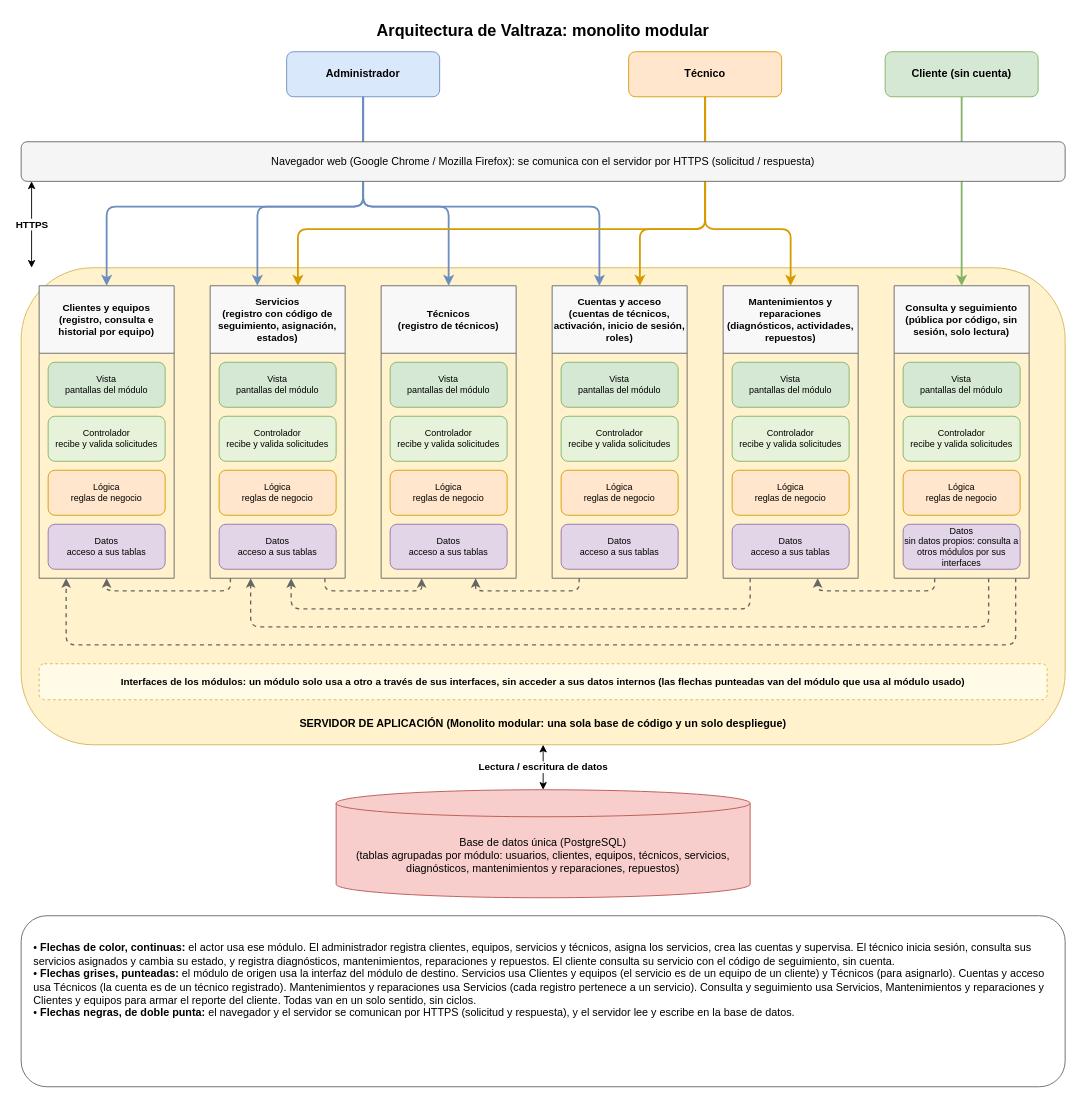
Above: documentacion/diseno/TALLER 1 ARQUITECTURA DE SISTEMA/01_Arquitectura_de_Sistema.drawio in meneses1111/Valtraza-Valletech (draw.io), before the change. Source tidied: cells renumbered, new cells numbered last; positions are measured from the earlier drawing's top-left corner, leaving out a move shared by most shapes. Both pictures are drawn from the tidied source at 90%, with x=0, y=0 at pixel (21, 15).
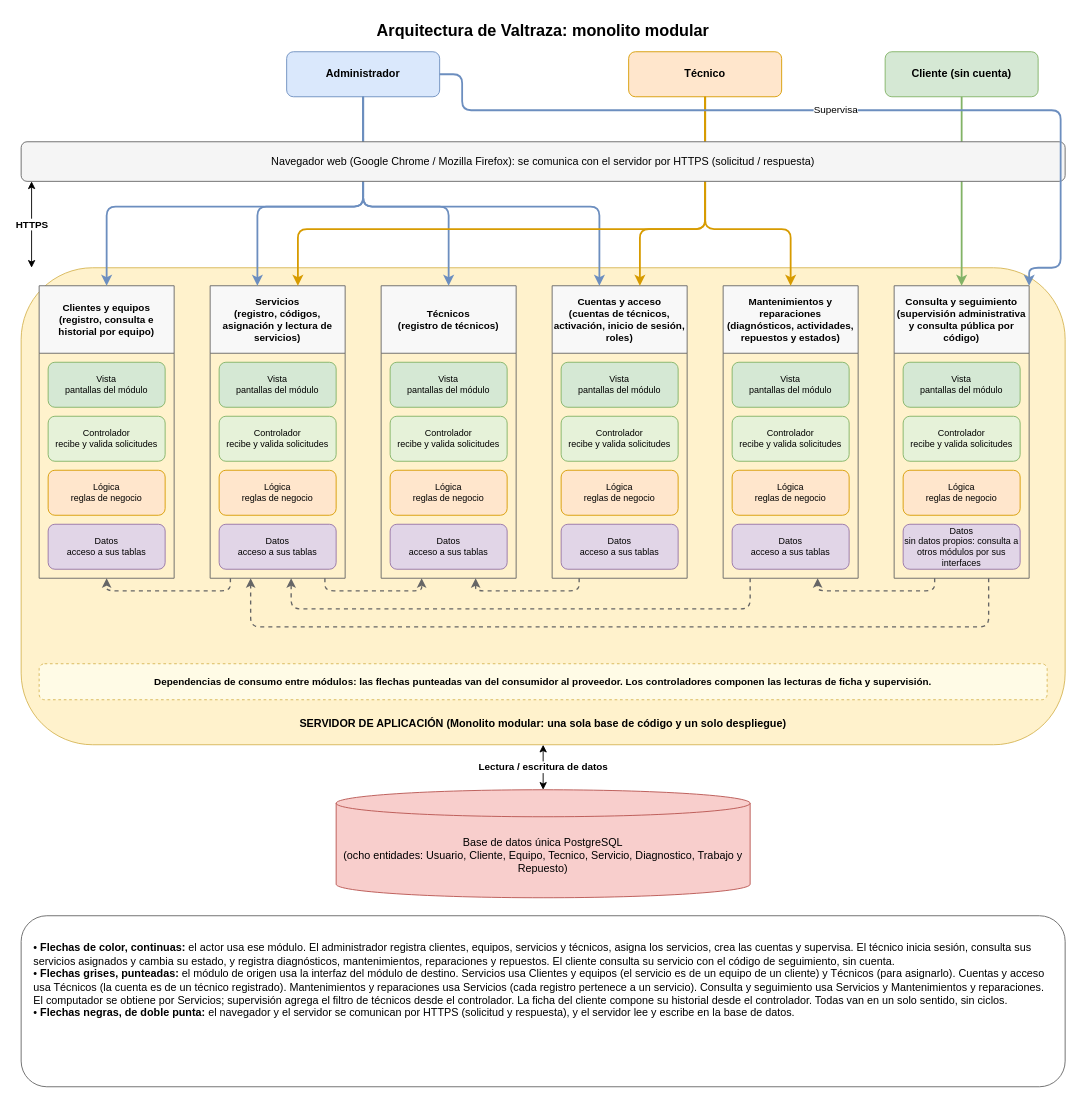
The same diagram, later.

Commit message (it also covers changes not shown here):
Ajusto los diagramas de diseño a la implementación

The change refers to these unchanged cells:
```xml
<mxCell id="3" value="Administrador" style="rounded=1;whiteSpace=wrap;fillColor=#dae8fc;strokeColor=#6c8ebf;fontStyle=1;" parent="1" vertex="1">
  <mxGeometry x="295" y="40" width="170" height="50" as="geometry" />
</mxCell>
<mxCell id="8" value="Clientes y equipos&#10;(registro, consulta e historial por equipo)" style="swimlane;whiteSpace=wrap;startSize=75;fontSize=11;fillColor=#f8f8f8;strokeColor=#666666;fontStyle=1;" parent="1" vertex="1">
  <mxGeometry x="20" y="300" width="150" height="325" as="geometry" />
</mxCell>
```

Change to the diagram source:
```diff
@@
-    <mxCell id="13" value="Servicios&#10;(registro con código de seguimiento, asignación, estados)" style="swimlane;whiteSpace=wrap;startSize=75;fontSize=11;fillColor=#f8f8f8;strokeColor=#666666;fontStyle=1;" parent="1" vertex="1">
+    <mxCell id="13" value="Servicios&#10;(registro, códigos, asignación y lectura de servicios)" style="swimlane;whiteSpace=wrap;startSize=75;fontSize=11;fillColor=#f8f8f8;strokeColor=#666666;fontStyle=1;" parent="1" vertex="1">
       <mxGeometry x="210" y="300" width="150" height="325" as="geometry" />
     </mxCell>
@@
-    <mxCell id="28" value="Mantenimientos y reparaciones&#10;(diagnósticos, actividades, repuestos)" style="swimlane;whiteSpace=wrap;startSize=75;fontSize=11;fillColor=#f8f8f8;strokeColor=#666666;fontStyle=1;" parent="1" vertex="1">
+    <mxCell id="28" value="Mantenimientos y reparaciones&#10;(diagnósticos, actividades, repuestos y estados)" style="swimlane;whiteSpace=wrap;startSize=75;fontSize=11;fillColor=#f8f8f8;strokeColor=#666666;fontStyle=1;" parent="1" vertex="1">
       <mxGeometry x="780" y="300" width="150" height="325" as="geometry" />
     </mxCell>
@@
-    <mxCell id="33" value="Consulta y seguimiento&#10;(pública por código, sin sesión, solo lectura)" style="swimlane;whiteSpace=wrap;startSize=75;fontSize=11;fillColor=#f8f8f8;strokeColor=#666666;fontStyle=1;" parent="1" vertex="1">
+    <mxCell id="33" value="Consulta y seguimiento&#10;(supervisión administrativa y consulta pública por código)" style="swimlane;whiteSpace=wrap;startSize=75;fontSize=11;fillColor=#f8f8f8;strokeColor=#666666;fontStyle=1;" parent="1" vertex="1">
       <mxGeometry x="970" y="300" width="150" height="325" as="geometry" />
     </mxCell>
@@
-    <mxCell id="38" value="Interfaces de los módulos: un módulo solo usa a otro a través de sus interfaces, sin acceder a sus datos internos (las flechas punteadas van del módulo que usa al módulo usado)" style="rounded=1;whiteSpace=wrap;dashed=1;fontSize=11;fillColor=#fffbe6;strokeColor=#d6b656;fontStyle=1;" parent="1" vertex="1">
+    <mxCell id="38" value="Dependencias de consumo entre módulos: las flechas punteadas van del consumidor al proveedor. Los controladores componen las lecturas de ficha y supervisión." style="rounded=1;whiteSpace=wrap;dashed=1;fontSize=11;fillColor=#fffbe6;strokeColor=#d6b656;fontStyle=1;" parent="1" vertex="1">
       <mxGeometry x="20" y="720" width="1120" height="40" as="geometry" />
     </mxCell>
-    <mxCell id="39" value="Base de datos única (PostgreSQL)&#10;(tablas agrupadas por módulo: usuarios, clientes, equipos, técnicos, servicios, diagnósticos, mantenimientos y reparaciones, repuestos)" style="shape=cylinder3;whiteSpace=wrap;boundedLbl=1;backgroundOutline=1;size=15;fillColor=#f8cecc;strokeColor=#b85450;" parent="1" vertex="1">
+    <mxCell id="39" value="Base de datos única PostgreSQL&#10;(ocho entidades: Usuario, Cliente, Equipo, Tecnico, Servicio, Diagnostico, Trabajo y Repuesto)" style="shape=cylinder3;whiteSpace=wrap;boundedLbl=1;backgroundOutline=1;size=15;fillColor=#f8cecc;strokeColor=#b85450;" parent="1" vertex="1">
       <mxGeometry x="350" y="860" width="460" height="120" as="geometry" />
     </mxCell>
-    <mxCell id="40" value="&lt;br&gt;• &lt;b&gt;Flechas de color, continuas:&lt;/b&gt; el actor usa ese módulo. El administrador registra clientes, equipos, servicios y técnicos, asigna los servicios, crea las cuentas y supervisa. El técnico inicia sesión, consulta sus servicios asignados y cambia su estado, y registra diagnósticos, mantenimientos, reparaciones y repuestos. El cliente consulta su servicio con el código de seguimiento, sin cuenta.&lt;br&gt;• &lt;b&gt;Flechas grises, punteadas:&lt;/b&gt; el módulo de origen usa la interfaz del módulo de destino. Servicios usa Clientes y equipos (el servicio es de un equipo de un cliente) y Técnicos (para asignarlo). Cuentas y acceso usa Técnicos (la cuenta es de un técnico registrado). Mantenimientos y reparaciones usa Servicios (cada registro pertenece a un servicio). Consulta y seguimiento usa Servicios, Mantenimientos y reparaciones y Clientes y equipos para armar el reporte del cliente. Todas van en un solo sentido, sin ciclos.&lt;br&gt;• &lt;b&gt;Flechas negras, de doble punta:&lt;/b&gt; el navegador y el servidor se comunican por HTTPS (solicitud y respuesta), y el servidor lee y escribe en la base de datos." style="rounded=1;whiteSpace=wrap;html=1;align=left;verticalAlign=top;spacingLeft=12;spacingTop=8;spacingRight=12;fontSize=12;fillColor=#ffffff;strokeColor=#666666;" parent="1" vertex="1">
+    <mxCell id="40" value="&lt;br&gt;• &lt;b&gt;Flechas de color, continuas:&lt;/b&gt; el actor usa ese módulo. El administrador registra clientes, equipos, servicios y técnicos, asigna los servicios, crea las cuentas y supervisa. El técnico inicia sesión, consulta sus servicios asignados y cambia su estado, y registra diagnósticos, mantenimientos, reparaciones y repuestos. El cliente consulta su servicio con el código de seguimiento, sin cuenta.&lt;br&gt;• &lt;b&gt;Flechas grises, punteadas:&lt;/b&gt; el módulo de origen usa la interfaz del módulo de destino. Servicios usa Clientes y equipos (el servicio es de un equipo de un cliente) y Técnicos (para asignarlo). Cuentas y acceso usa Técnicos (la cuenta es de un técnico registrado). Mantenimientos y reparaciones usa Servicios (cada registro pertenece a un servicio). Consulta y seguimiento usa Servicios y Mantenimientos y reparaciones. El computador se obtiene por Servicios; supervisión agrega el filtro de técnicos desde el controlador. La ficha del cliente compone su historial desde el controlador. Todas van en un solo sentido, sin ciclos.&lt;br&gt;• &lt;b&gt;Flechas negras, de doble punta:&lt;/b&gt; el navegador y el servidor se comunican por HTTPS (solicitud y respuesta), y el servidor lee y escribe en la base de datos." style="rounded=1;whiteSpace=wrap;html=1;align=left;verticalAlign=top;spacingLeft=12;spacingTop=8;spacingRight=12;fontSize=12;fillColor=#ffffff;strokeColor=#666666;" parent="1" vertex="1">
       <mxGeometry y="1000" width="1160" height="190" as="geometry" />
     </mxCell>
@@
-    <mxCell id="55" style="edgeStyle=none;html=1;dashed=1;endArrow=classic;strokeWidth=1.5;strokeColor=#666666;exitX=0.9;exitY=1;exitDx=0;exitDy=0;entryX=0.2;entryY=1;entryDx=0;entryDy=0;" parent="1" edge="1" source="33" target="8">
-      <mxGeometry relative="1" as="geometry">
-        <Array as="points">
-          <mxPoint x="1105" y="699" />
-          <mxPoint x="50" y="699" />
-        </Array>
-      </mxGeometry>
-    </mxCell>
@@
+    <mxCell id="59" value="Supervisa" style="edgeStyle=none;html=1;endArrow=classic;strokeWidth=2;strokeColor=#6c8ebf;exitX=1;exitY=0.5;entryX=1;entryY=0;" parent="1" edge="1" source="3" target="33">
+      <mxGeometry relative="1" as="geometry">
+        <Array as="points">
+          <mxPoint x="490" y="65" />
+          <mxPoint x="490" y="105" />
+          <mxPoint x="1155" y="105" />
+          <mxPoint x="1155" y="280" />
+          <mxPoint x="1120" y="280" />
+        </Array>
+      </mxGeometry>
+    </mxCell>
```
